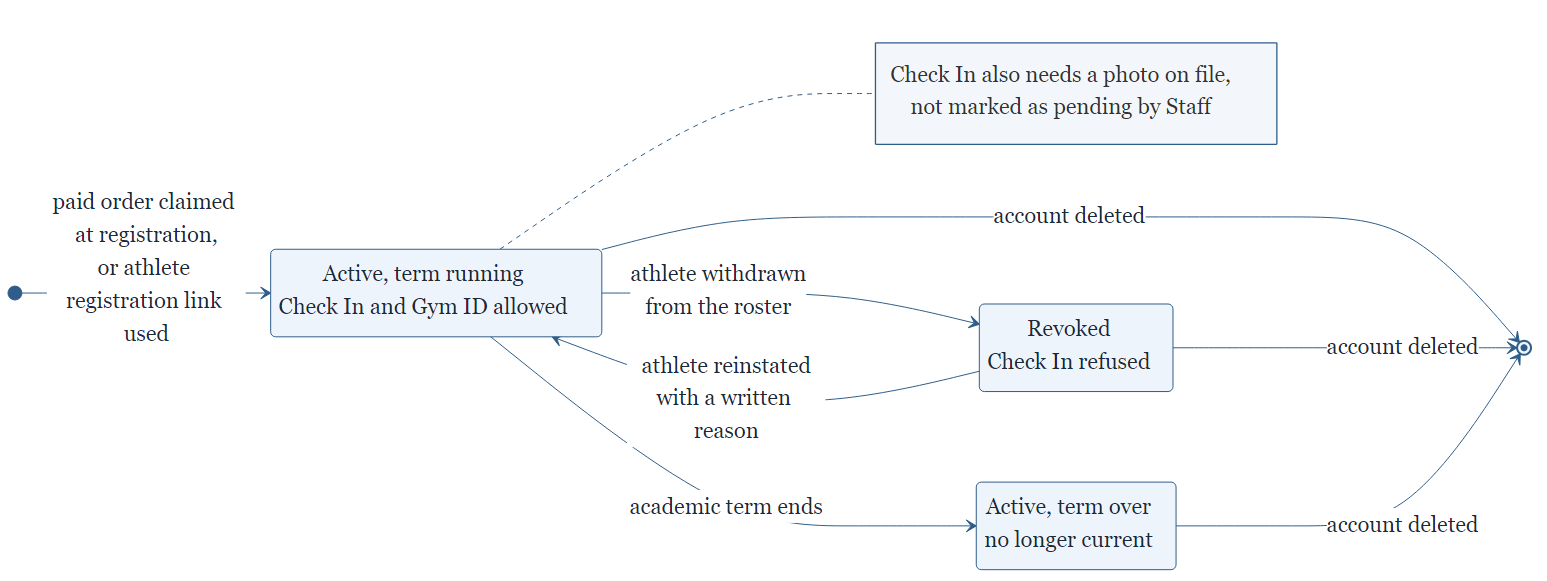
Earlier version of the Mermaid export docs/progress_report/diagrams/03_authorization_lifecycle.png (Th3-Minorities/natatorio-gym-app). Its source is kept beside it as docs/progress_report/diagrams/03_authorization_lifecycle.mmd. Source of this version:
```mermaid
stateDiagram-v2
  direction LR
  [*] --> Active : paid order claimed at registration,<br/>or athlete registration link used
  Active --> Revoked : athlete withdrawn<br/>from the roster
  Revoked --> Active : athlete reinstated<br/>with a written reason
  Active --> TermOver : academic term ends
  Active --> [*] : account deleted
  Revoked --> [*] : account deleted
  TermOver --> [*] : account deleted

  state "Active, term running<br/>Check In and Gym ID allowed" as Active
  state "Revoked<br/>Check In refused" as Revoked
  state "Active, term over<br/>no longer current" as TermOver

  note right of Active
    Check In also needs a photo on file,
    not marked as pending by Staff
  end note
```
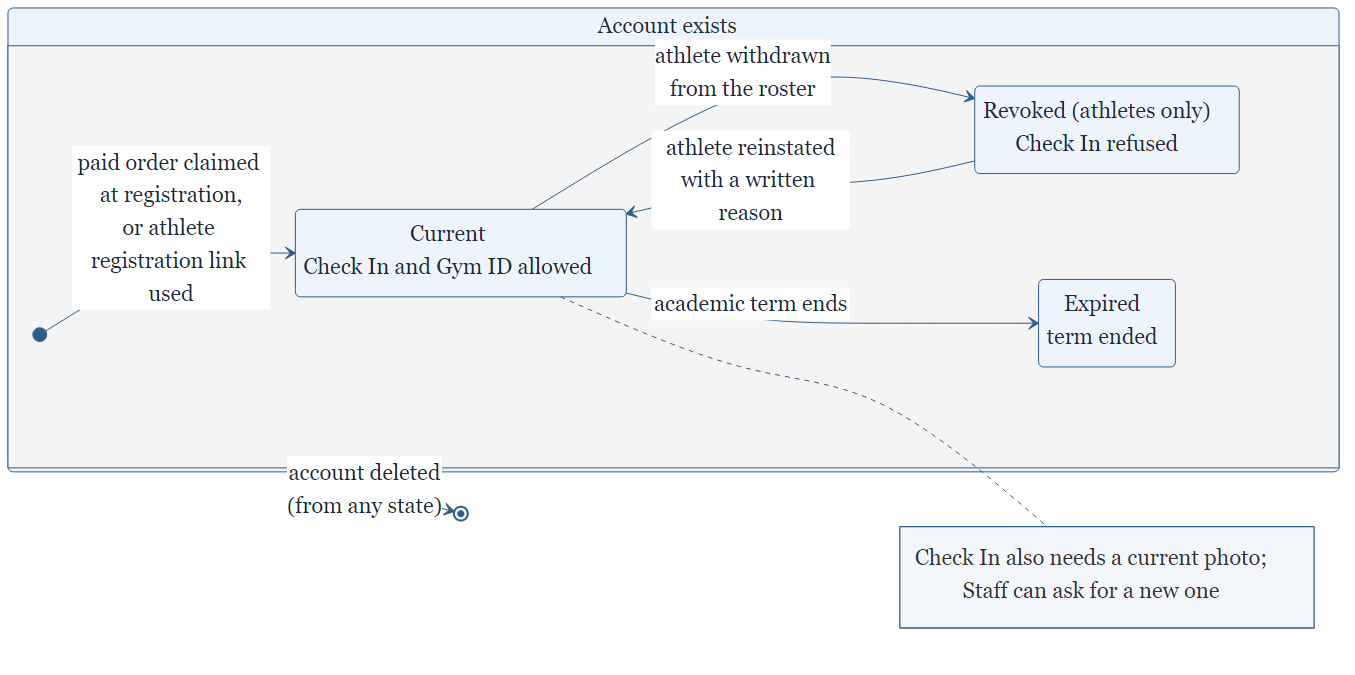
Later version of the same file.

Commit message:
Make the diagrams easier to read and list the load test for both Carlos and Pierre, so the authorization states, the photo rule and the CTI mail gateway no longer read as pending work

Change to the diagram source:
```diff
@@ -1,18 +1,17 @@
 stateDiagram-v2
   direction LR
-  [*] --> Active : paid order claimed at registration,<br/>or athlete registration link used
-  Active --> Revoked : athlete withdrawn<br/>from the roster
-  Revoked --> Active : athlete reinstated<br/>with a written reason
-  Active --> TermOver : academic term ends
-  Active --> [*] : account deleted
-  Revoked --> [*] : account deleted
-  TermOver --> [*] : account deleted
+  state "Account exists" as Account {
+    [*] --> Active : paid order claimed at registration,<br/>or athlete registration link used
+    Active --> Revoked : athlete withdrawn<br/>from the roster
+    Revoked --> Active : athlete reinstated<br/>with a written reason
+    Active --> TermOver : academic term ends
+  }
+  Account --> [*] : account deleted<br/>(from any state)
 
-  state "Active, term running<br/>Check In and Gym ID allowed" as Active
-  state "Revoked<br/>Check In refused" as Revoked
-  state "Active, term over<br/>no longer current" as TermOver
+  state "Current<br/>Check In and Gym ID allowed" as Active
+  state "Revoked (athletes only)<br/>Check In refused" as Revoked
+  state "Expired<br/>term ended" as TermOver
 
   note right of Active
-    Check In also needs a photo on file,
-    not marked as pending by Staff
+    Check In also needs a current photo;<br/>Staff can ask for a new one
   end note
```
